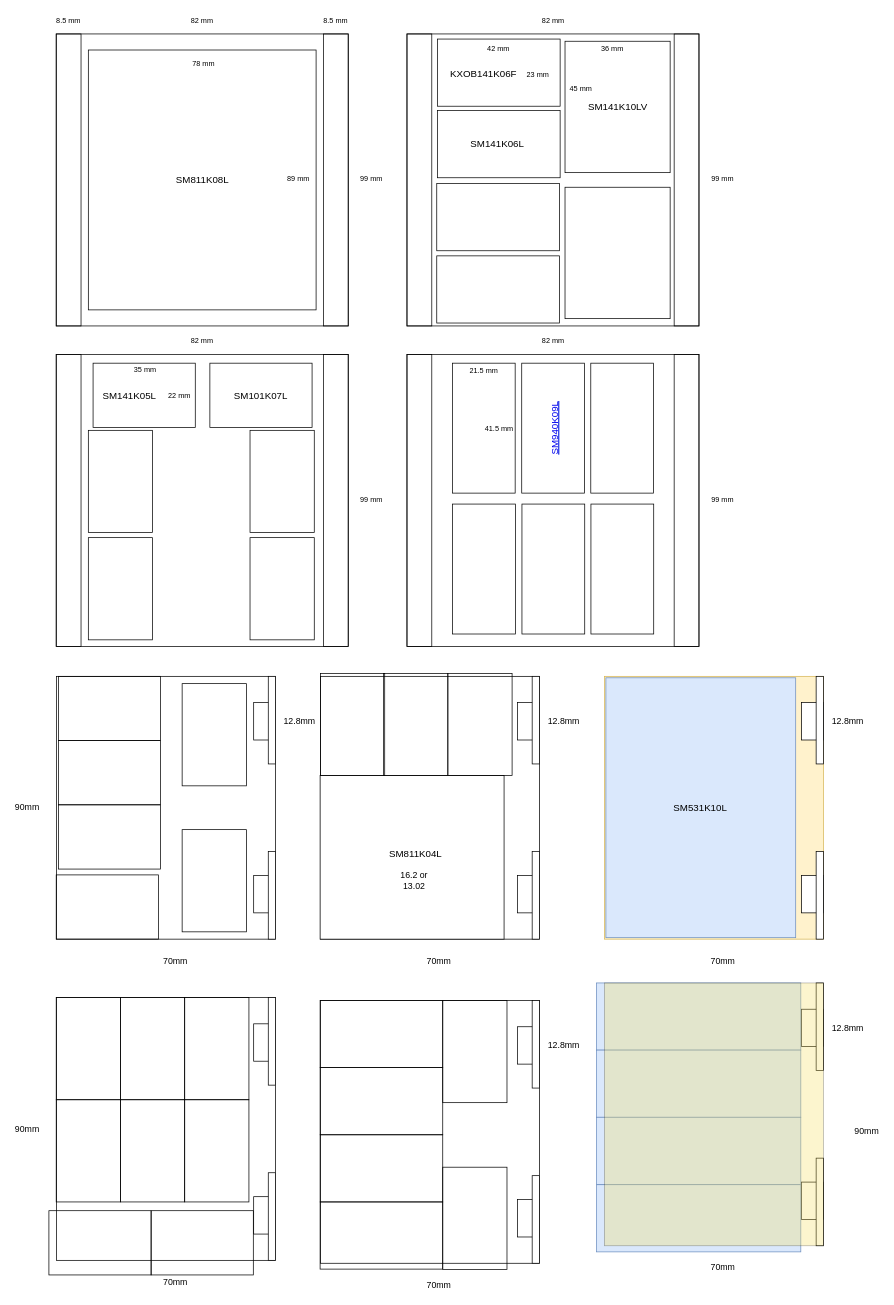
Earlier version of the draw.io diagram page "XY" (1 of 2) of trades/solar_panel_arrangement/Solar Panel Arrangement.drawio (stanford-ssi/sapling-systems). Source tidied: cells renumbered, new cells numbered last; positions are measured from the earlier drawing's top-left corner, leaving out a move shared by most shapes. Both pictures are drawn from the tidied source at 73%, with x=0, y=0 at pixel (12, 12).
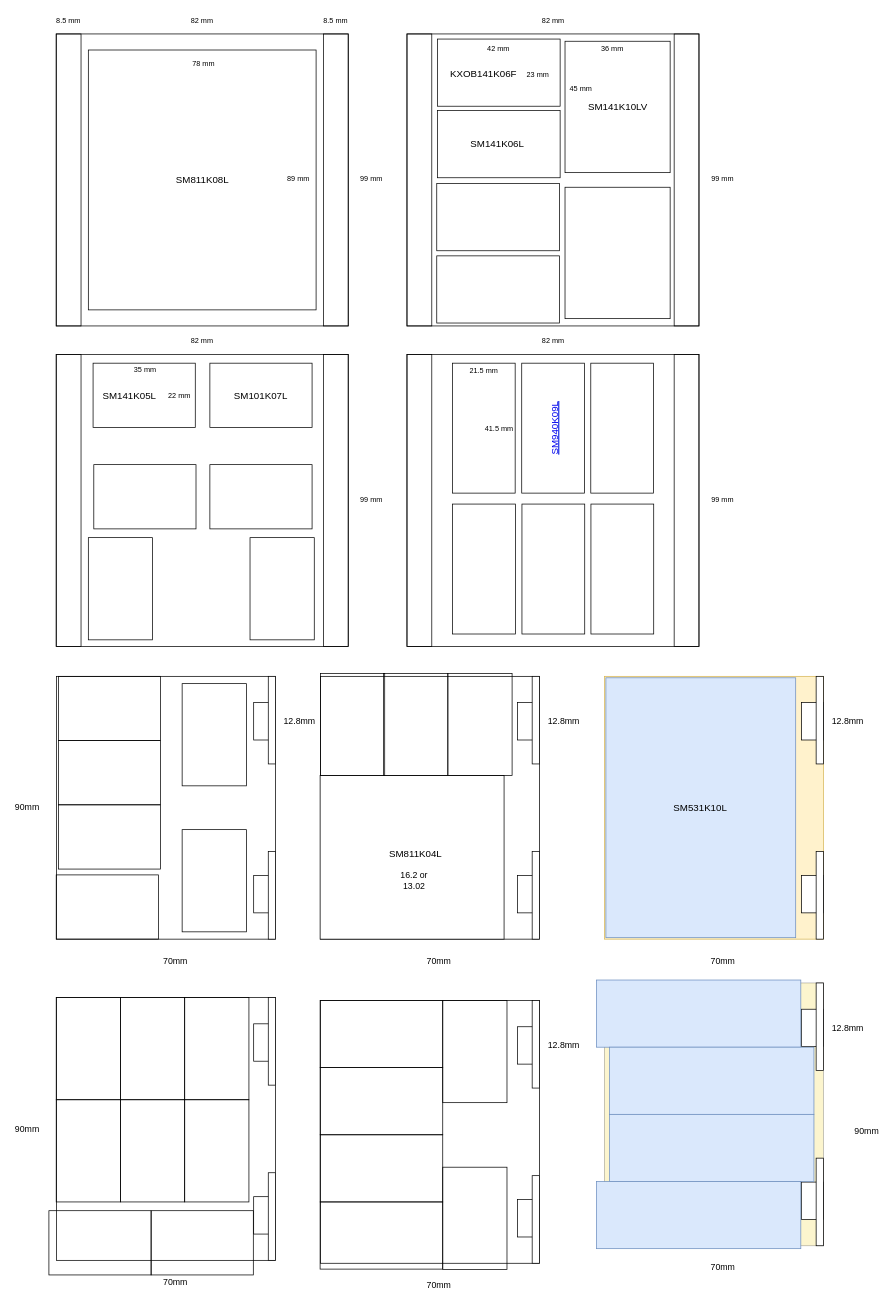
The same page after the edit.

Commit message:
update solar panel arrangement on deployables

The edit, as a diff of the source:
```diff
@@
+    <mxCell id="134" style="rounded=0;whiteSpace=wrap;html=1;fillColor=#F5DC5D;opacity=30;" parent="1" vertex="1">
+      <mxGeometry x="810.5" y="1329" width="300" height="360" as="geometry" />
+    </mxCell>
@@
-    <mxCell id="23" style="rounded=0;whiteSpace=wrap;html=1;fillColor=none;fontSize=10;direction=north;" parent="1" vertex="1">
-      <mxGeometry x="103.5" y="572" width="88" height="140" as="geometry" />
+    <mxCell id="23" style="rounded=0;whiteSpace=wrap;html=1;fillColor=none;fontSize=10;direction=east;" parent="1" vertex="1">
+      <mxGeometry x="111" y="619" width="140" height="88" as="geometry" />
     </mxCell>
@@
-    <mxCell id="26" style="rounded=0;whiteSpace=wrap;html=1;fillColor=none;fontSize=10;direction=south;" parent="1" vertex="1">
-      <mxGeometry x="325" y="572" width="88" height="140" as="geometry" />
+    <mxCell id="26" style="rounded=0;whiteSpace=wrap;html=1;fillColor=none;fontSize=10;direction=west;" parent="1" vertex="1">
+      <mxGeometry x="270" y="619" width="140" height="88" as="geometry" />
     </mxCell>
@@
     <mxCell id="129" style="rounded=0;whiteSpace=wrap;html=1;fillColor=#dae8fc;fontSize=10;strokeColor=#6c8ebf;" parent="1" vertex="1">
-      <mxGeometry x="799.5" y="1329" width="280" height="92" as="geometry" />
+      <mxGeometry x="799.5" y="1325" width="280" height="92" as="geometry" />
     </mxCell>
     <mxCell id="130" style="rounded=0;whiteSpace=wrap;html=1;fillColor=#dae8fc;fontSize=10;strokeColor=#6c8ebf;" parent="1" vertex="1">
-      <mxGeometry x="799.5" y="1421" width="280" height="92" as="geometry" />
+      <mxGeometry x="817.5" y="1417" width="280" height="92" as="geometry" />
     </mxCell>
     <mxCell id="131" style="rounded=0;whiteSpace=wrap;html=1;fillColor=#dae8fc;fontSize=10;strokeColor=#6c8ebf;" parent="1" vertex="1">
-      <mxGeometry x="799.5" y="1513" width="280" height="92" as="geometry" />
+      <mxGeometry x="817.5" y="1509" width="280" height="92" as="geometry" />
     </mxCell>
     <mxCell id="132" style="rounded=0;whiteSpace=wrap;html=1;fillColor=#dae8fc;fontSize=10;strokeColor=#6c8ebf;" parent="1" vertex="1">
-      <mxGeometry x="799.5" y="1605.4" width="280" height="92" as="geometry" />
+      <mxGeometry x="799.5" y="1601" width="280" height="92" as="geometry" />
     </mxCell>
@@
-    <mxCell id="134" style="rounded=0;whiteSpace=wrap;html=1;fillColor=#F5DC5D;opacity=30;" parent="1" vertex="1">
-      <mxGeometry x="810.5" y="1329" width="300" height="360" as="geometry" />
-    </mxCell>
```
